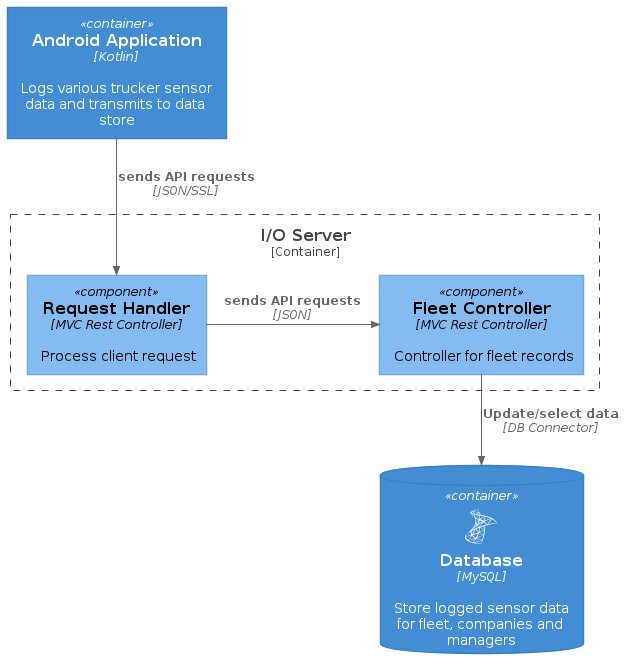
tevoza/fleet-tracker keeps this PlantUML diagram as docs/report/diag/IO_component.png. Above is the earlier version.
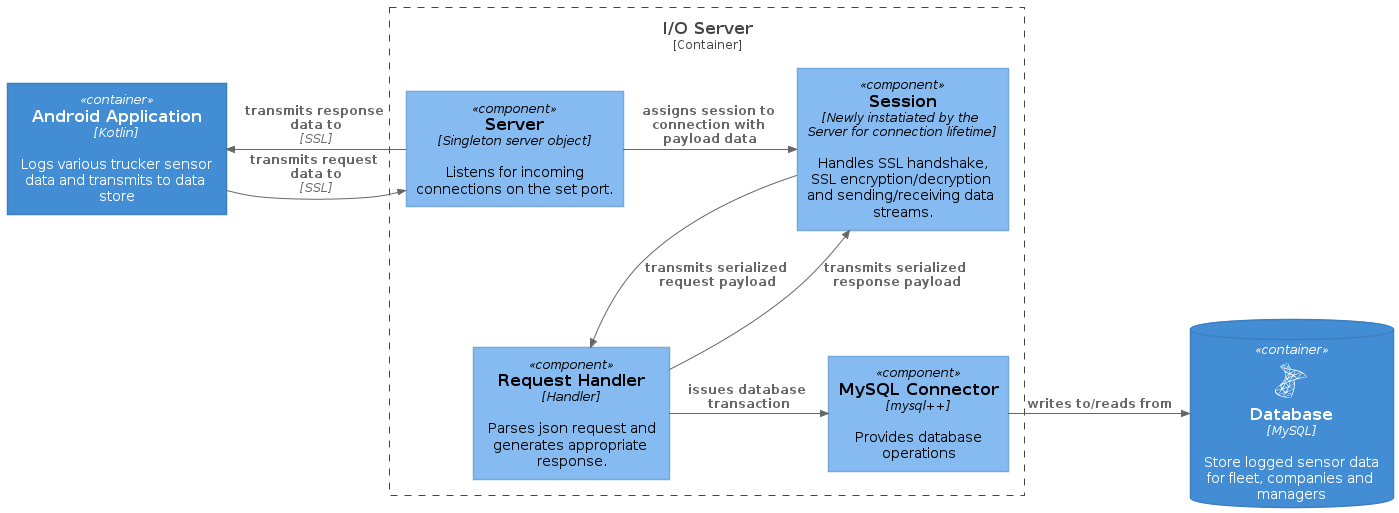
Later version of the same file.

The edit, as a diff of the source:
```diff
@@ -12,12 +12,19 @@
 ContainerDb(db, "Database", "MySQL", "Store logged sensor data for fleet, companies and managers", $sprite="msql_server")
 
 Container_Boundary(cIO, "I/O Server" ) {
-    Component(RequestHandler, "Request Handler", "MVC Rest Controller", "Process client request")
-    Component(FleetController, "Fleet Controller", "MVC Rest Controller", "Controller for fleet records")
+    Component(server, "Server", "Singleton server object", "Listens for incoming connections on the set port.")
+    Component(session, "Session", "Newly instatiated by the Server for connection lifetime", "Handles SSL handshake, SSL encryption/decryption and sending/receiving data streams.")
+    Component(requestHandler, "Request Handler", "Handler", "Parses json request and generates appropriate response.")
+    Component(sql, "MySQL Connector", "mysql++", "Provides database operations")
 }
 
-Rel(cAndroid, RequestHandler, "sends API requests", "JSON/SSL")
-Rel_R(RequestHandler, FleetController, "sends API requests", "JSON")
-Rel(FleetController, db, "Update/select data", "DB Connector")
+Rel_R(cAndroid,server, "transmits request data to", "SSL")
+Rel_L(server,cAndroid, "transmits response data to", "SSL")
+
+Rel_R(server,session, "assigns session to connection with payload data")
+Rel(session,requestHandler, "transmits serialized request payload")
+Rel(requestHandler, session, "transmits serialized response payload")
+Rel_R(requestHandler,sql, "issues database transaction")
+Rel_R(sql,db, "writes to/reads from")
 
 @enduml
```
